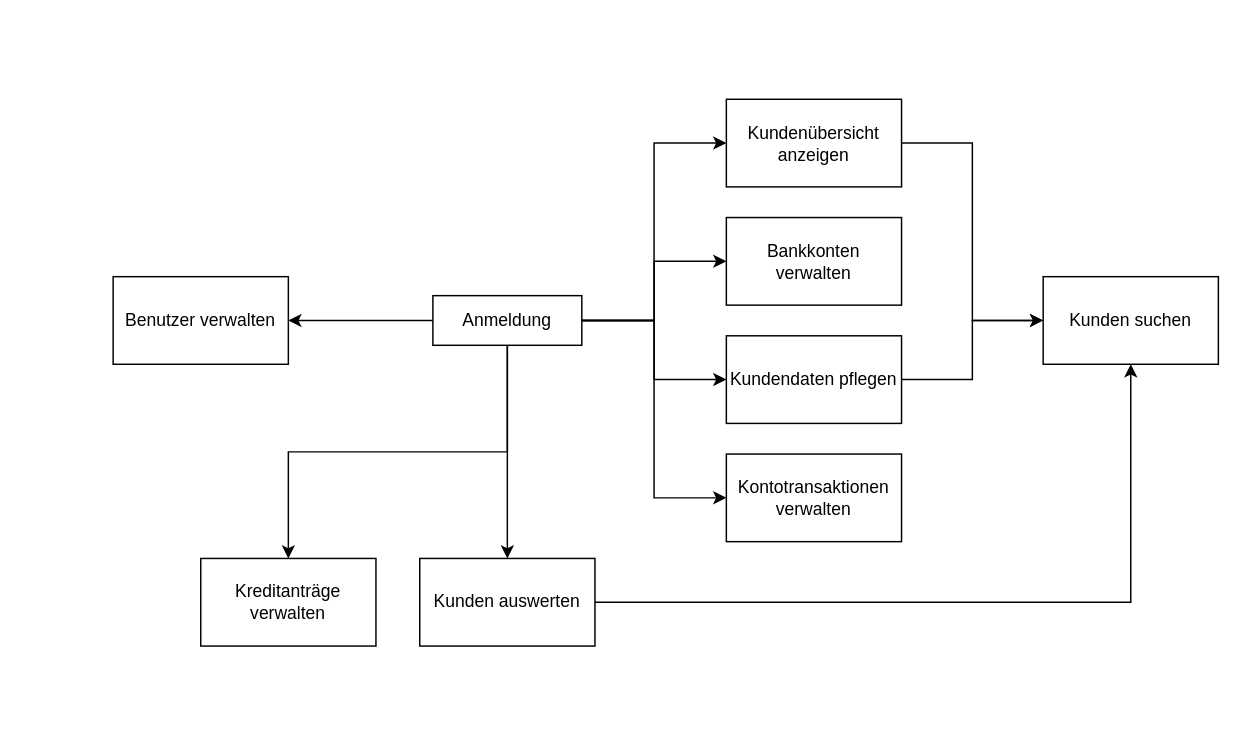
This is page "Dialogmodell" (3 of 3) of Datenmodell.drawio from JaSc2912/VerteilteAnwendungen, a draw.io file, before an edit. Source tidied: cells renumbered, new cells numbered last; positions are measured from the earlier drawing's top-left corner, leaving out a move shared by most shapes. Both pictures are drawn from the tidied source at 146%, with x=0, y=0 at pixel (112, 98).
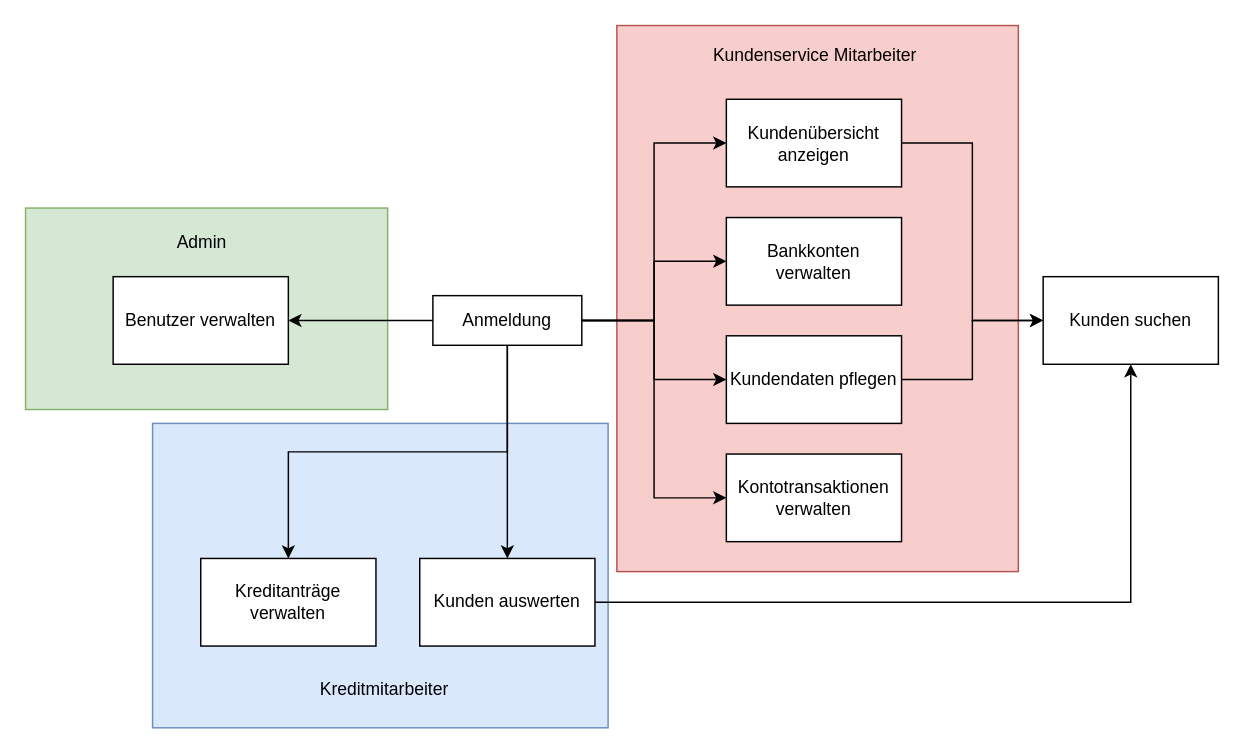
After the change.

The edit, as a diff of the source:
```diff
@@
+    <mxCell id="21" style="rounded=0;whiteSpace=wrap;html=1;fillColor=#d5e8d4;strokeColor=#82b366;" parent="1" vertex="1">
+      <mxGeometry x="-60" y="75" width="248" height="138" as="geometry" />
+    </mxCell>
+    <mxCell id="22" style="rounded=0;whiteSpace=wrap;html=1;fillColor=#dae8fc;strokeColor=#6c8ebf;" parent="1" vertex="1">
+      <mxGeometry x="27" y="222.5" width="312" height="208.5" as="geometry" />
+    </mxCell>
+    <mxCell id="23" style="rounded=0;whiteSpace=wrap;html=1;fillColor=#f8cecc;strokeColor=#b85450;" parent="1" vertex="1">
+      <mxGeometry x="345" y="-50" width="275" height="374" as="geometry" />
+    </mxCell>
@@
+    <mxCell id="24" value="Kundenservice Mitarbeiter" style="text;html=1;align=center;verticalAlign=middle;whiteSpace=wrap;rounded=0;" parent="1" vertex="1">
+      <mxGeometry x="357" y="-44" width="248" height="30" as="geometry" />
+    </mxCell>
+    <mxCell id="25" value="Kreditmitarbeiter" style="text;html=1;align=center;verticalAlign=middle;whiteSpace=wrap;rounded=0;" parent="1" vertex="1">
+      <mxGeometry x="102" y="390" width="168" height="30" as="geometry" />
+    </mxCell>
+    <mxCell id="26" value="Admin" style="text;html=1;align=center;verticalAlign=middle;whiteSpace=wrap;rounded=0;" parent="1" vertex="1">
+      <mxGeometry x="21" y="84" width="80" height="30" as="geometry" />
+    </mxCell>
```
